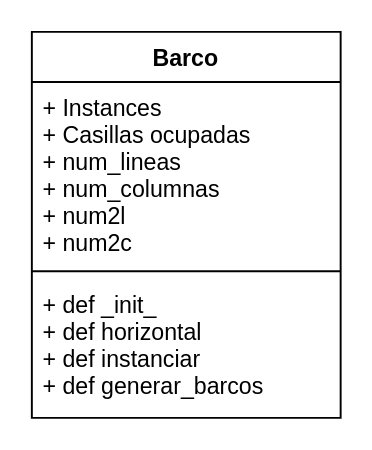
Jacobo24/juego_de_barcos-1 keeps this draw.io diagram as UMLS/Barco.drawio. Above is the earlier version. Source tidied: cells renumbered, new cells numbered last; positions are measured from the earlier drawing's top-left corner, leaving out a move shared by most shapes. Both pictures are drawn from the tidied source at 193%, with x=0, y=0 at pixel (31, 31).
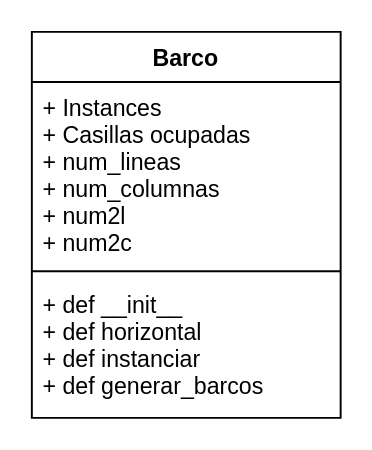
The same page after the edit.

Commit message (it also covers changes not shown here):
tablero uml

What changed in the source:
```diff
@@
 <mxGraphModel>
   <root>
     <mxCell id="0" />
     <mxCell id="1" parent="0" />
     <mxCell id="2" value="Barco" style="swimlane;fontStyle=1;align=center;verticalAlign=top;horizontal=1;startSize=26;" parent="1" vertex="1">
       <mxGeometry width="160" height="200" as="geometry" />
     </mxCell>
     <mxCell id="3" value="+ Instances&#10;+ Casillas ocupadas&#10;+ num_lineas&#10;+ num_columnas&#10;+ num2l&#10;+ num2c" style="text;strokeColor=none;fillColor=none;align=left;verticalAlign=top;spacingLeft=4;spacingRight=4;overflow=hidden;" parent="2" vertex="1">
       <mxGeometry y="26" width="160" height="94" as="geometry" />
     </mxCell>
     <mxCell id="4" style="line;strokeWidth=1;fillColor=none;align=left;verticalAlign=middle;spacingTop=-1;spacingLeft=3;spacingRight=3;labelPosition=right;strokeColor=inherit;" parent="2" vertex="1">
       <mxGeometry y="120" width="160" height="8" as="geometry" />
     </mxCell>
-    <mxCell id="5" value="+ def _init_&#10;+ def horizontal&#10;+ def instanciar&#10;+ def generar_barcos" style="text;strokeColor=none;fillColor=none;align=left;verticalAlign=top;spacingLeft=4;spacingRight=4;overflow=hidden;" parent="2" vertex="1">
+    <mxCell id="5" value="+ def __init__&#10;+ def horizontal&#10;+ def instanciar&#10;+ def generar_barcos" style="text;strokeColor=none;fillColor=none;align=left;verticalAlign=top;spacingLeft=4;spacingRight=4;overflow=hidden;" parent="2" vertex="1">
       <mxGeometry y="128" width="160" height="72" as="geometry" />
     </mxCell>
   </root>
 </mxGraphModel>
```
